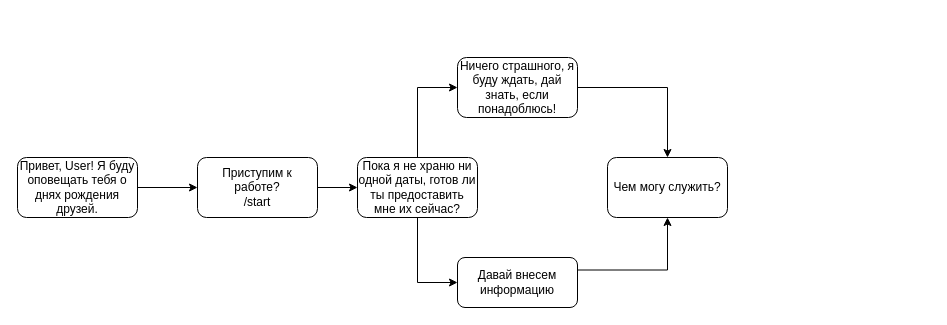
Before: BirthdayBotDialog.drawio in JanuaryAle/myDiagrams, a draw.io diagram. Source tidied: cells renumbered, new cells numbered last; positions are measured from the earlier drawing's top-left corner, leaving out a move shared by most shapes. Both pictures are drawn from the tidied source at 100%, with x=0, y=0 at pixel (17, 57).
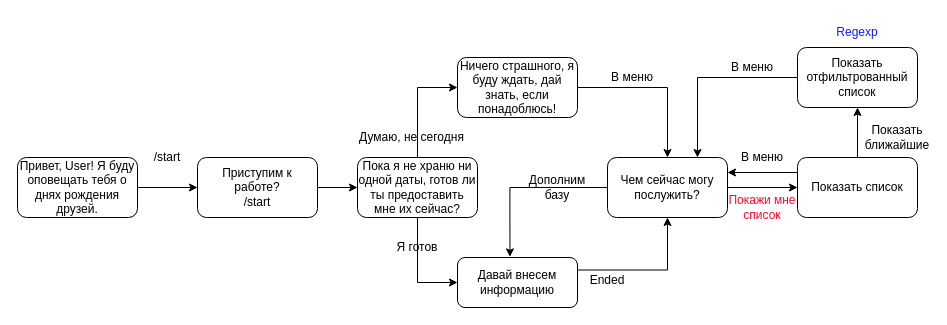
Above is the later version.

Unchanged cells that the change refers to:
```xml
<mxCell id="12" value="Давай внесем информацию" style="rounded=1;whiteSpace=wrap;html=1;" parent="1" vertex="1">
  <mxGeometry x="440" y="200" width="120" height="50" as="geometry" />
</mxCell>
```

The edit, as a diff of the source:
```diff
@@
+    <mxCell id="14" style="edgeStyle=orthogonalEdgeStyle;rounded=0;jettySize=auto;html=1;exitX=0;exitY=0.5;exitDx=0;exitDy=0;entryX=0.437;entryY=-0.012;entryDx=0;entryDy=0;entryPerimeter=0;" parent="1" edge="1" source="13" target="12">
+      <mxGeometry relative="1" as="geometry" />
+    </mxCell>
+    <mxCell id="15" style="edgeStyle=orthogonalEdgeStyle;rounded=0;jettySize=auto;html=1;exitX=1;exitY=0.5;exitDx=0;exitDy=0;entryX=0;entryY=0.5;entryDx=0;entryDy=0;" parent="1" edge="1" source="13" target="18">
+      <mxGeometry relative="1" as="geometry" />
+    </mxCell>
-    <mxCell id="13" value="Чем могу служить?" style="rounded=1;whiteSpace=wrap;html=1;" parent="1" vertex="1">
+    <mxCell id="13" value="Чем сейчас могу послужить?" style="rounded=1;whiteSpace=wrap;html=1;" parent="1" vertex="1">
       <mxGeometry x="590" y="100" width="120" height="60" as="geometry" />
     </mxCell>
+    <mxCell id="16" style="edgeStyle=orthogonalEdgeStyle;rounded=0;jettySize=auto;html=1;exitX=0.5;exitY=0;exitDx=0;exitDy=0;entryX=0.5;entryY=1;entryDx=0;entryDy=0;" parent="1" edge="1" source="18" target="20">
+      <mxGeometry relative="1" as="geometry" />
+    </mxCell>
+    <mxCell id="17" style="edgeStyle=orthogonalEdgeStyle;rounded=0;jettySize=auto;html=1;exitX=0;exitY=0.25;exitDx=0;exitDy=0;entryX=1;entryY=0.25;entryDx=0;entryDy=0;" parent="1" edge="1" source="18" target="13">
+      <mxGeometry relative="1" as="geometry" />
+    </mxCell>
+    <mxCell id="18" value="Показать список" style="rounded=1;whiteSpace=wrap;html=1;" parent="1" vertex="1">
+      <mxGeometry x="780" y="100" width="120" height="60" as="geometry" />
+    </mxCell>
+    <mxCell id="19" style="edgeStyle=orthogonalEdgeStyle;rounded=0;jettySize=auto;html=1;exitX=0;exitY=0.5;exitDx=0;exitDy=0;entryX=0.75;entryY=0;entryDx=0;entryDy=0;" parent="1" edge="1" source="20" target="13">
+      <mxGeometry relative="1" as="geometry" />
+    </mxCell>
+    <mxCell id="20" value="Показать отфильтрованный список" style="rounded=1;whiteSpace=wrap;html=1;" parent="1" vertex="1">
+      <mxGeometry x="780" y="-10" width="120" height="60" as="geometry" />
+    </mxCell>
+    <mxCell id="21" value="&lt;font color=&quot;#0d1dff&quot;&gt;Regexp&lt;/font&gt;" style="text;html=1;strokeColor=none;fillColor=none;align=center;verticalAlign=middle;whiteSpace=wrap;rounded=0;" parent="1" vertex="1">
+      <mxGeometry x="820" y="-40" width="40" height="30" as="geometry" />
+    </mxCell>
+    <mxCell id="22" value="/start" style="text;html=1;strokeColor=none;fillColor=none;align=center;verticalAlign=middle;whiteSpace=wrap;rounded=0;" parent="1" vertex="1">
+      <mxGeometry x="130" y="90" width="40" height="20" as="geometry" />
+    </mxCell>
+    <mxCell id="23" value="Я готов" style="text;html=1;strokeColor=none;fillColor=none;align=center;verticalAlign=middle;whiteSpace=wrap;rounded=0;" parent="1" vertex="1">
+      <mxGeometry x="370" y="180" width="60" height="20" as="geometry" />
+    </mxCell>
+    <mxCell id="24" value="Думаю, не сегодня" style="text;html=1;align=center;verticalAlign=middle;" parent="1" vertex="1">
+      <mxGeometry x="334" y="70" width="120" height="20" as="geometry" />
+    </mxCell>
+    <mxCell id="25" value="Ended" style="text;html=1;strokeColor=none;fillColor=none;align=center;verticalAlign=middle;whiteSpace=wrap;rounded=0;" parent="1" vertex="1">
+      <mxGeometry x="570" y="215" width="40" height="15" as="geometry" />
+    </mxCell>
+    <mxCell id="26" value="В меню" style="text;html=1;strokeColor=none;fillColor=none;align=center;verticalAlign=middle;whiteSpace=wrap;rounded=0;" parent="1" vertex="1">
+      <mxGeometry x="710" width="50" height="20" as="geometry" />
+    </mxCell>
+    <mxCell id="27" value="В меню" style="text;html=1;strokeColor=none;fillColor=none;align=center;verticalAlign=middle;whiteSpace=wrap;rounded=0;" parent="1" vertex="1">
+      <mxGeometry x="590" y="10" width="50" height="20" as="geometry" />
+    </mxCell>
+    <mxCell id="28" value="В меню" style="text;html=1;strokeColor=none;fillColor=none;align=center;verticalAlign=middle;whiteSpace=wrap;rounded=0;" parent="1" vertex="1">
+      <mxGeometry x="720" y="90" width="50" height="20" as="geometry" />
+    </mxCell>
+    <mxCell id="29" value="&lt;font color=&quot;#ff0831&quot;&gt;Покажи мне список&lt;/font&gt;" style="text;html=1;strokeColor=none;fillColor=none;align=center;verticalAlign=middle;whiteSpace=wrap;rounded=0;" parent="1" vertex="1">
+      <mxGeometry x="700" y="140" width="90" height="20" as="geometry" />
+    </mxCell>
+    <mxCell id="30" value="Показать ближайшие" style="text;html=1;strokeColor=none;fillColor=none;align=center;verticalAlign=middle;whiteSpace=wrap;rounded=0;" parent="1" vertex="1">
+      <mxGeometry x="860" y="70" width="40" height="20" as="geometry" />
+    </mxCell>
+    <mxCell id="31" value="Дополним базу" style="text;html=1;strokeColor=none;fillColor=none;align=center;verticalAlign=middle;whiteSpace=wrap;rounded=0;" parent="1" vertex="1">
+      <mxGeometry x="520" y="120" width="40" height="20" as="geometry" />
+    </mxCell>
```
